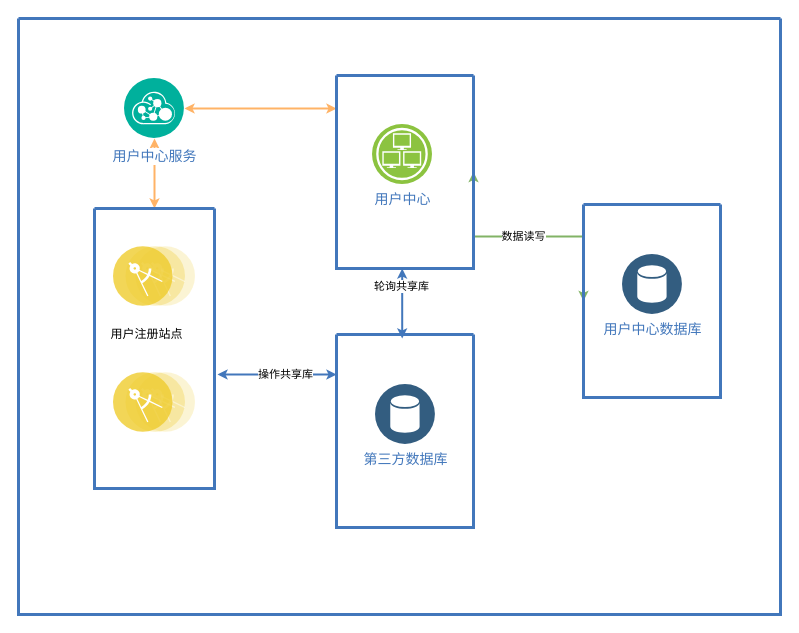
Before: Untitled Diagram.drawio in yigoC/test, a draw.io diagram. Source tidied: cells renumbered, new cells numbered last; positions are measured from the earlier drawing's top-left corner, leaving out a move shared by most shapes. Both pictures are drawn from the tidied source at 100%, with x=0, y=0 at pixel (18, 18).
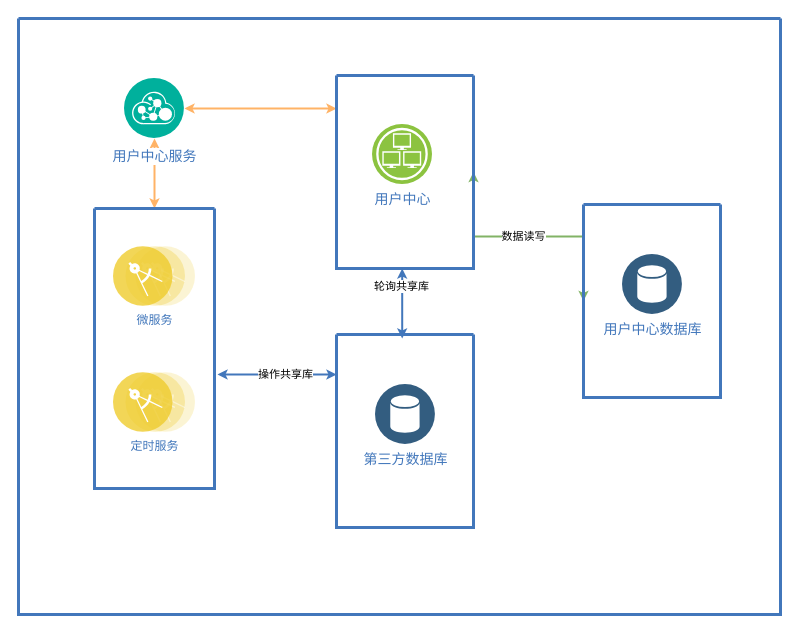
Above is the later version.

The change refers to these unchanged cells:
```xml
<mxCell id="8" style="swimlane;shadow=0;strokeColor=#4277BB;fillColor=#ffffff;fontColor=#4277BB;align=right;startSize=0;strokeWidth=3;" parent="2" vertex="1">
  <mxGeometry x="76" y="190" width="120" height="280" as="geometry" />
</mxCell>
```

The edit, as a diff of the source:
```diff
@@
-    <mxCell id="9" style="perimeter=ellipsePerimeter;html=1;align=center;shadow=0;dashed=0;image;image=img/lib/ibm/applications/microservice.svg;labelBackgroundColor=#ffffff;strokeColor=#666666;strokeWidth=3;fillColor=#C2952D;gradientColor=none;fontSize=12;fontColor=#4277BB;" parent="8" vertex="1">
+    <mxCell id="9" value="微服务" style="perimeter=ellipsePerimeter;html=1;align=center;shadow=0;dashed=0;image;image=img/lib/ibm/applications/microservice.svg;labelBackgroundColor=#ffffff;strokeColor=#666666;strokeWidth=3;fillColor=#C2952D;gradientColor=none;fontSize=12;fontColor=#4277BB;" parent="8" vertex="1">
       <mxGeometry x="19" y="38" width="82" height="60" as="geometry" />
     </mxCell>
-    <mxCell id="10" style="perimeter=ellipsePerimeter;html=1;align=center;shadow=0;dashed=0;image;image=img/lib/ibm/applications/microservice.svg;labelBackgroundColor=#ffffff;strokeColor=#666666;strokeWidth=3;fillColor=#C2952D;gradientColor=none;fontSize=12;fontColor=#4277BB;" parent="8" vertex="1">
+    <mxCell id="10" value="定时服务" style="perimeter=ellipsePerimeter;html=1;align=center;shadow=0;dashed=0;image;image=img/lib/ibm/applications/microservice.svg;labelBackgroundColor=#ffffff;strokeColor=#666666;strokeWidth=3;fillColor=#C2952D;gradientColor=none;fontSize=12;fontColor=#4277BB;" parent="8" vertex="1">
       <mxGeometry x="19" y="164" width="82" height="60" as="geometry" />
     </mxCell>
-    <mxCell id="11" value="用户注册站点" style="text;html=1;align=center;verticalAlign=middle;" parent="8" vertex="1">
-      <mxGeometry x="7" y="116" width="90" height="20" as="geometry" />
-    </mxCell>
```
